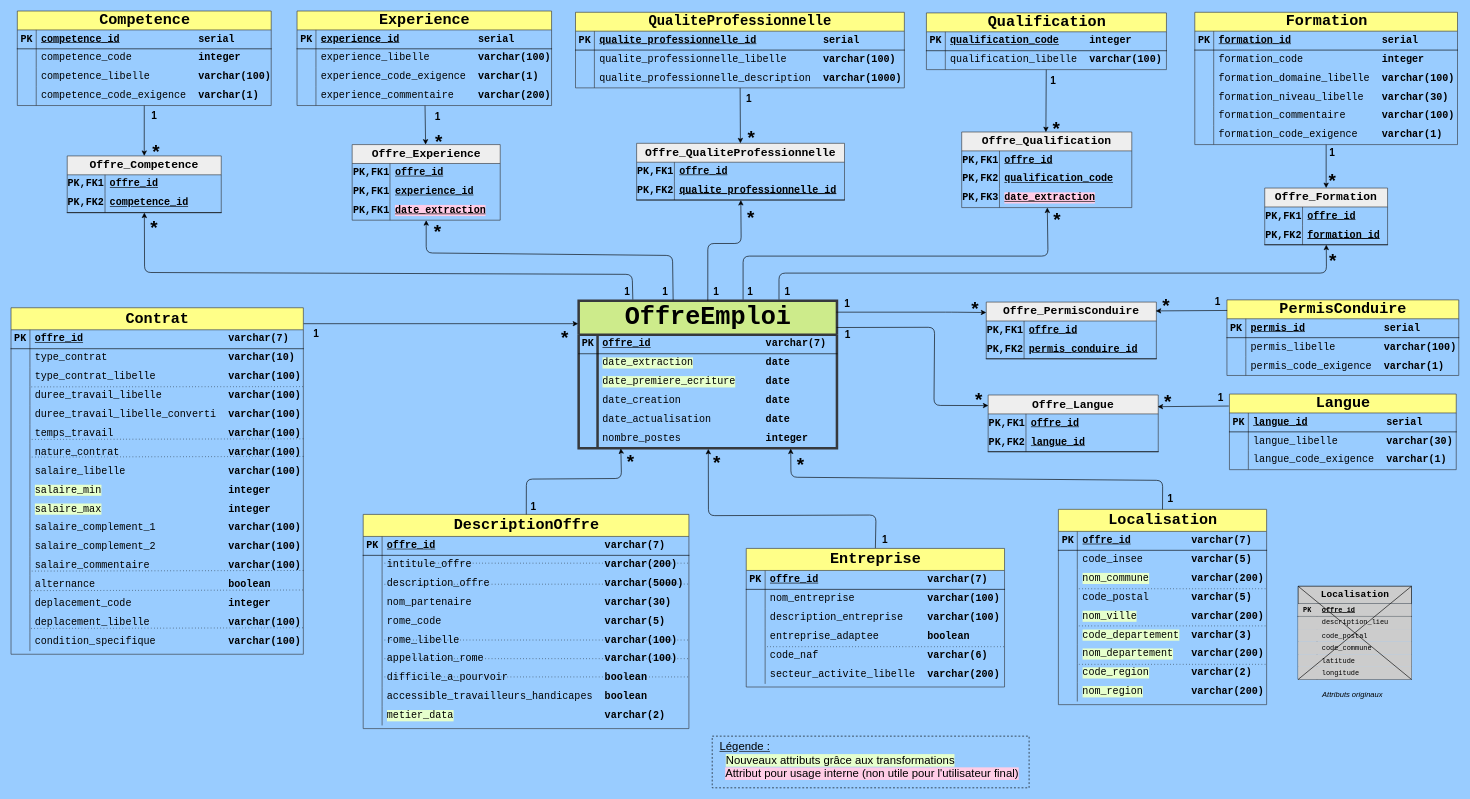
Above: UML.drawio in vimchun/Job-Market-in-France (draw.io), before the change. Source tidied: cells renumbered, new cells numbered last; positions are measured from the earlier drawing's top-left corner, leaving out a move shared by most shapes. Both pictures are drawn from the tidied source at 63%, with x=0, y=0 at pixel (11, 11).
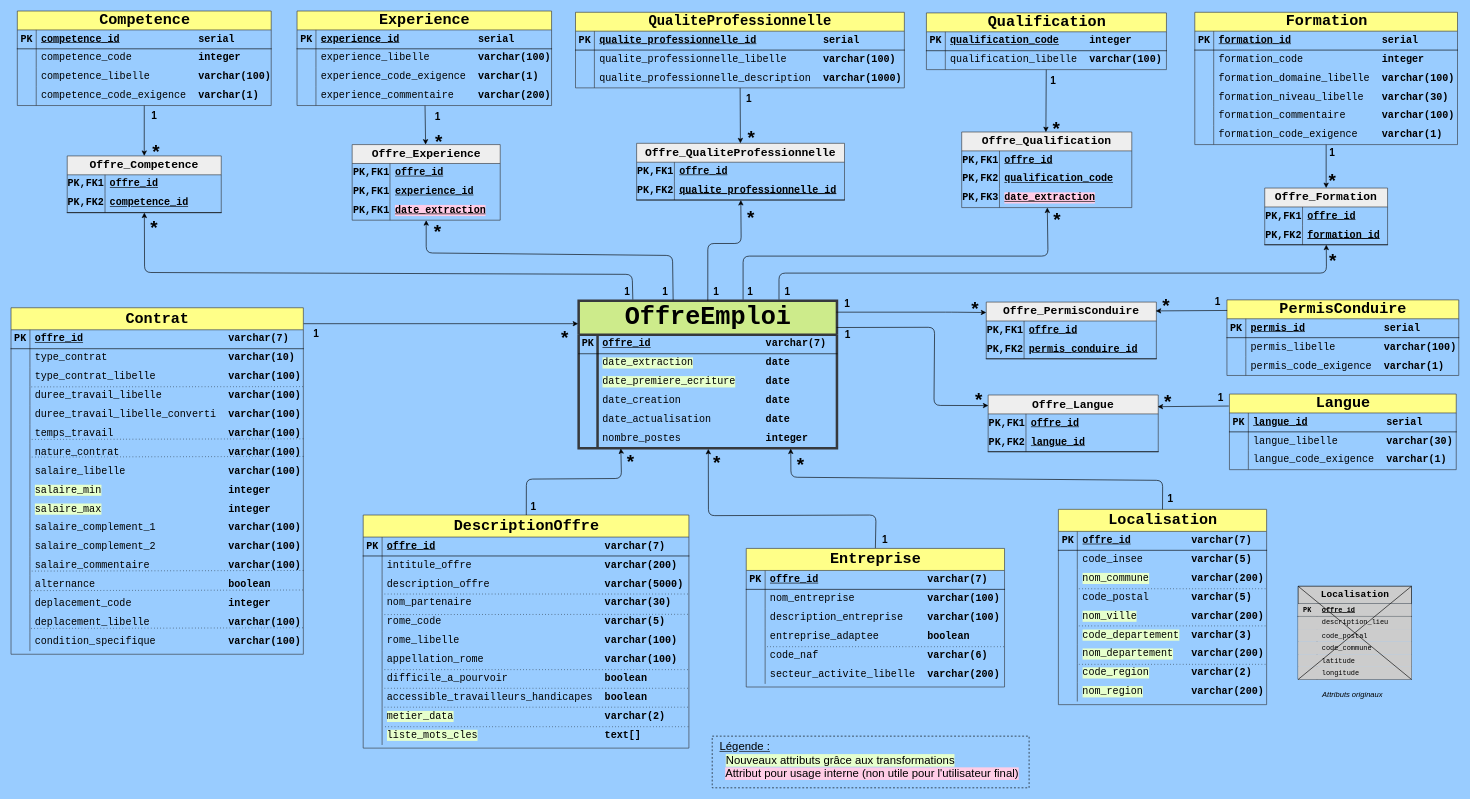
The same diagram, later.

Commit message (it also covers changes not shown here):
mise à jour quelques fichiers suite à l'ajout du nouvel attribut 'liste_mots_cles'

The edit, as a diff of the source:
```diff
@@
     <mxCell id="255" value="&lt;span style=&quot;font-size: 24px;&quot;&gt;DescriptionOffre&lt;/span&gt;" style="shape=table;startSize=35;childLayout=tableLayout;rowLines=0;fontStyle=1;align=center;html=1;fillColor=#ffff88;strokeColor=#36393d;rounded=0;fontFamily=Courier New;fontSize=16;" parent="1" vertex="1">
-      <mxGeometry x="559" y="799" width="517" height="340" as="geometry" />
+      <mxGeometry x="559" y="800" width="517" height="370" as="geometry" />
     </mxCell>
@@
+    <mxCell id="381" style="shape=tableRow;horizontal=0;startSize=0;swimlaneHead=0;swimlaneBody=0;fillColor=none;top=0;left=0;right=0;bottom=0;rounded=0;fontFamily=Courier New;fontSize=16;strokeColor=#000000;" parent="255" vertex="1">
+      <mxGeometry y="335" width="517" height="30" as="geometry" />
+    </mxCell>
+    <mxCell id="382" style="shape=partialRectangle;fillColor=none;top=0;left=0;bottom=0;right=0;overflow=hidden;whiteSpace=wrap;html=1;rounded=0;fontFamily=Courier New;fontSize=16;strokeColor=#000000;" parent="381" vertex="1">
+      <mxGeometry width="30" height="30" as="geometry" />
+    </mxCell>
+    <mxCell id="383" value="&lt;font&gt;&lt;font style=&quot;color: rgb(0, 0, 0); background-color: rgb(230, 255, 204);&quot;&gt;liste_mots_cles&lt;/font&gt;&lt;font style=&quot;color: rgb(0, 0, 0);&quot;&gt;&amp;nbsp; &amp;nbsp; &amp;nbsp; &amp;nbsp; &amp;nbsp; &amp;nbsp; &amp;nbsp; &amp;nbsp; &amp;nbsp; &amp;nbsp; &amp;nbsp;&lt;/font&gt;&lt;b style=&quot;color: light-dark(rgb(0, 0, 0), rgb(237, 237, 237)); background-color: transparent;&quot;&gt;text[]&lt;/b&gt;&lt;/font&gt;" style="shape=partialRectangle;fillColor=none;top=0;left=0;bottom=0;right=0;align=left;spacingLeft=6;overflow=hidden;whiteSpace=wrap;html=1;rounded=0;fontFamily=Courier New;fontSize=16;strokeColor=#000000;" parent="381" vertex="1">
+      <mxGeometry x="30" width="487" height="30" as="geometry" />
+    </mxCell>
@@
     <mxCell id="370" style="endArrow=none;html=1;rounded=0;entryX=0.065;entryY=0.02;entryDx=0;entryDy=0;entryPerimeter=0;exitX=0.998;exitY=0.087;exitDx=0;exitDy=0;exitPerimeter=0;dashed=1;dashPattern=1 4;" parent="1" edge="1">
       <mxGeometry relative="1" as="geometry">
-        <mxPoint x="1074" y="909.6" as="sourcePoint" />
-        <mxPoint x="589" y="910" as="targetPoint" />
+        <mxPoint x="1074" y="957.6" as="sourcePoint" />
+        <mxPoint x="589" y="958" as="targetPoint" />
       </mxGeometry>
     </mxCell>
     <mxCell id="371" style="endArrow=none;html=1;rounded=0;entryX=0.065;entryY=0.02;entryDx=0;entryDy=0;entryPerimeter=0;exitX=0.998;exitY=0.087;exitDx=0;exitDy=0;exitPerimeter=0;dashed=1;dashPattern=1 4;" parent="1" edge="1">
       <mxGeometry relative="1" as="geometry">
-        <mxPoint x="1074" y="998.4" as="sourcePoint" />
-        <mxPoint x="589" y="998.4" as="targetPoint" />
+        <mxPoint x="1074" y="1045.4" as="sourcePoint" />
+        <mxPoint x="589" y="1045.4" as="targetPoint" />
       </mxGeometry>
     </mxCell>
     <mxCell id="372" style="endArrow=none;html=1;rounded=0;entryX=0.065;entryY=0.02;entryDx=0;entryDy=0;entryPerimeter=0;exitX=0.998;exitY=0.087;exitDx=0;exitDy=0;exitPerimeter=0;dashed=1;dashPattern=1 4;" parent="1" edge="1">
       <mxGeometry relative="1" as="geometry">
-        <mxPoint x="1074" y="1028" as="sourcePoint" />
-        <mxPoint x="589" y="1028" as="targetPoint" />
+        <mxPoint x="1074" y="1075" as="sourcePoint" />
+        <mxPoint x="589" y="1075" as="targetPoint" />
       </mxGeometry>
     </mxCell>
     <mxCell id="373" style="endArrow=none;html=1;rounded=0;entryX=0.065;entryY=0.02;entryDx=0;entryDy=0;entryPerimeter=0;exitX=0.998;exitY=0.087;exitDx=0;exitDy=0;exitPerimeter=0;dashed=1;dashPattern=1 4;" parent="1" edge="1">
       <mxGeometry relative="1" as="geometry">
-        <mxPoint x="1074" y="1057" as="sourcePoint" />
-        <mxPoint x="589" y="1057" as="targetPoint" />
+        <mxPoint x="1074" y="1105" as="sourcePoint" />
+        <mxPoint x="589" y="1105" as="targetPoint" />
       </mxGeometry>
     </mxCell>
     <mxCell id="374" style="endArrow=none;html=1;rounded=0;entryX=0.065;entryY=0.02;entryDx=0;entryDy=0;entryPerimeter=0;exitX=0.998;exitY=0.087;exitDx=0;exitDy=0;exitPerimeter=0;dashed=1;dashPattern=1 4;" parent="1" edge="1">
       <mxGeometry relative="1" as="geometry">
-        <mxPoint x="1074" y="876.4" as="sourcePoint" />
-        <mxPoint x="589" y="876.4" as="targetPoint" />
+        <mxPoint x="1074" y="925.4" as="sourcePoint" />
+        <mxPoint x="589" y="925.4" as="targetPoint" />
       </mxGeometry>
     </mxCell>
@@
+    <mxCell id="384" style="endArrow=none;html=1;rounded=0;entryX=0.065;entryY=0.02;entryDx=0;entryDy=0;entryPerimeter=0;exitX=0.998;exitY=0.087;exitDx=0;exitDy=0;exitPerimeter=0;dashed=1;dashPattern=1 4;" parent="1" edge="1">
+      <mxGeometry relative="1" as="geometry">
+        <mxPoint x="1075" y="1136" as="sourcePoint" />
+        <mxPoint x="590" y="1136" as="targetPoint" />
+      </mxGeometry>
+    </mxCell>
```
